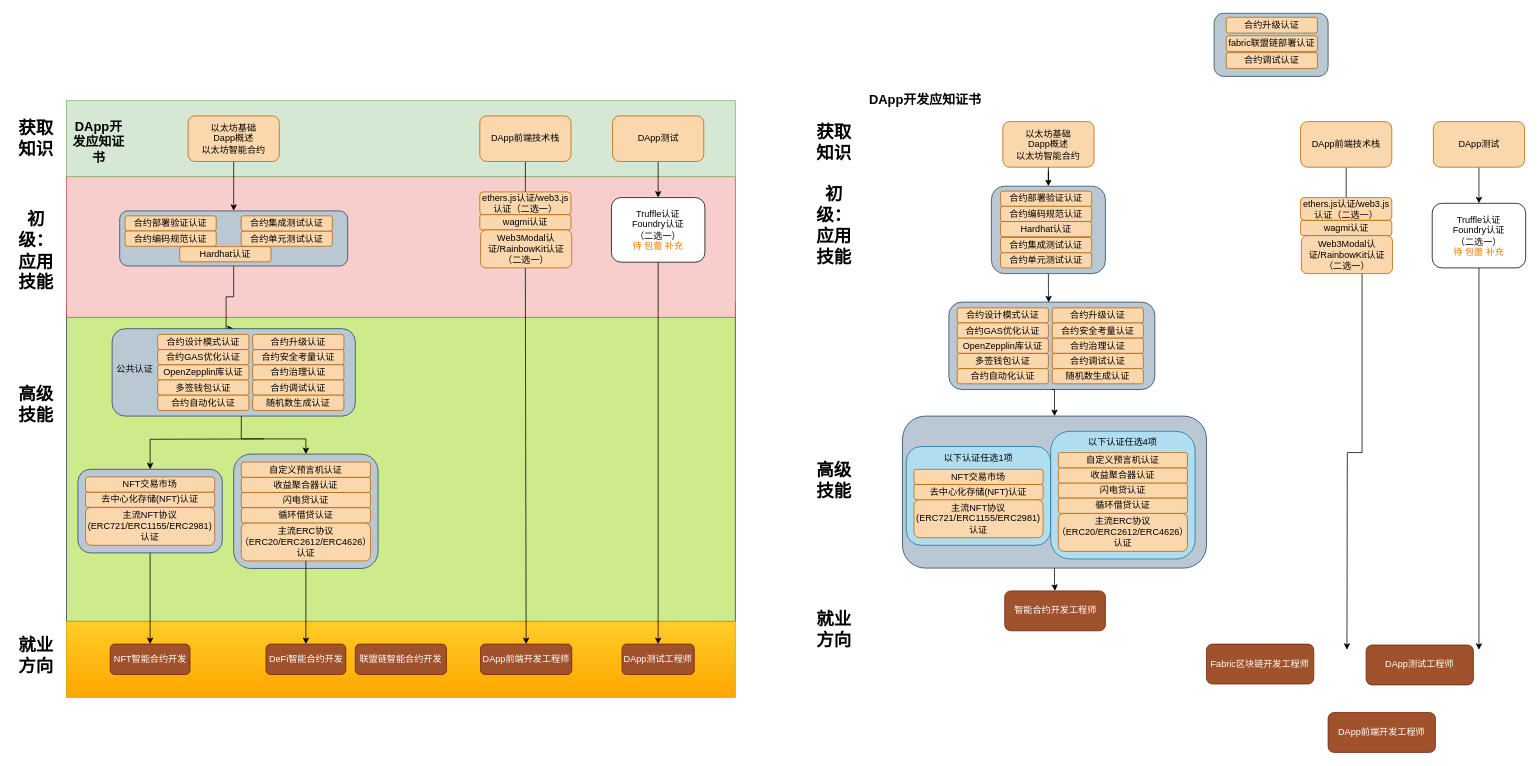
The draw.io diagram docs/Dapp_learning_roadmap.drawio in luuuuo/bid-master, before the edit. Source tidied: cells renumbered, new cells numbered last; positions are measured from the earlier drawing's top-left corner, leaving out a move shared by most shapes. Both pictures are drawn from the tidied source at 76%, with x=0, y=0 at pixel (13, 13).
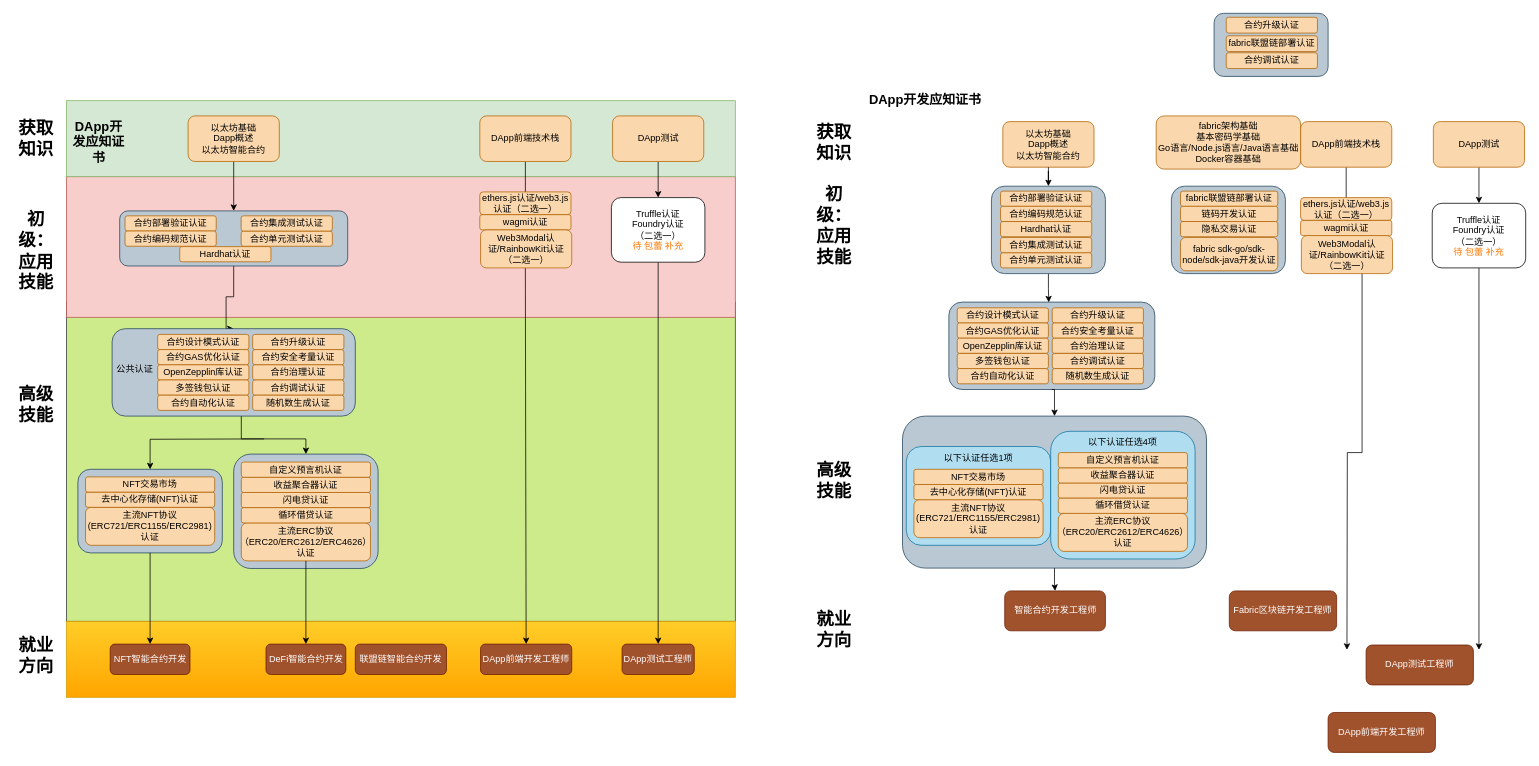
The same diagram, later.

Change to the diagram source:
```diff
@@
     <mxCell id="105" value="Fabric区块链开发工程师" style="rounded=1;whiteSpace=wrap;html=1;fillColor=#a0522d;strokeColor=#6D1F00;fontColor=#ffffff;" parent="1" vertex="1">
-      <mxGeometry x="1570" y="830" width="141.2" height="52.5" as="geometry" />
+      <mxGeometry x="1600" y="760" width="141.2" height="52.5" as="geometry" />
     </mxCell>
@@
+    <mxCell id="132" value="&lt;div&gt;fabric架构基础&lt;/div&gt;&lt;div&gt;&lt;span style=&quot;font-size: 12px;&quot;&gt;基本密码学基础&lt;/span&gt;&lt;/div&gt;&lt;div&gt;&lt;span style=&quot;font-size: 12px;&quot;&gt;Go语言/Node.js语言/Java语言基础&lt;/span&gt;&lt;/div&gt;&lt;div&gt;&lt;span style=&quot;font-size: 12px;&quot;&gt;Docker容器基础&lt;/span&gt;&lt;/div&gt;" style="rounded=1;whiteSpace=wrap;html=1;fillColor=#fad7ac;strokeColor=#b46504;" parent="1" vertex="1">
+      <mxGeometry x="1503.8" y="135" width="190" height="70" as="geometry" />
+    </mxCell>
+    <mxCell id="133" style="rounded=1;whiteSpace=wrap;html=1;fillColor=#bac8d3;strokeColor=#23445d;" parent="1" vertex="1">
+      <mxGeometry x="1523.8" y="227.5" width="150" height="115" as="geometry" />
+    </mxCell>
+    <mxCell id="134" value="fabric联盟链部署认证" style="rounded=1;whiteSpace=wrap;html=1;fillColor=#fad7ac;strokeColor=#b46504;" parent="1" vertex="1">
+      <mxGeometry x="1535.8" y="234" width="128" height="20" as="geometry" />
+    </mxCell>
+    <mxCell id="135" value="链码开发认证" style="rounded=1;whiteSpace=wrap;html=1;fillColor=#fad7ac;strokeColor=#b46504;" parent="1" vertex="1">
+      <mxGeometry x="1535.8" y="254" width="128" height="20" as="geometry" />
+    </mxCell>
+    <mxCell id="136" style="edgeStyle=orthogonalEdgeStyle;rounded=0;jettySize=auto;html=1;exitX=0.5;exitY=0;exitDx=0;exitDy=0;entryX=0.5;entryY=0;entryDx=0;entryDy=0;" parent="1" edge="1" source="137" target="138">
+      <mxGeometry relative="1" as="geometry" />
+    </mxCell>
+    <mxCell id="137" value="隐私交易认证" style="rounded=1;whiteSpace=wrap;html=1;fillColor=#fad7ac;strokeColor=#b46504;" parent="1" vertex="1">
+      <mxGeometry x="1535.8" y="274" width="128" height="20" as="geometry" />
+    </mxCell>
+    <mxCell id="138" value="fabric sdk-go/sdk-node/sdk-java开发认证" style="rounded=1;whiteSpace=wrap;html=1;fillColor=#fad7ac;strokeColor=#b46504;" parent="1" vertex="1">
+      <mxGeometry x="1535.8" y="295" width="128" height="43.8" as="geometry" />
+    </mxCell>
```
